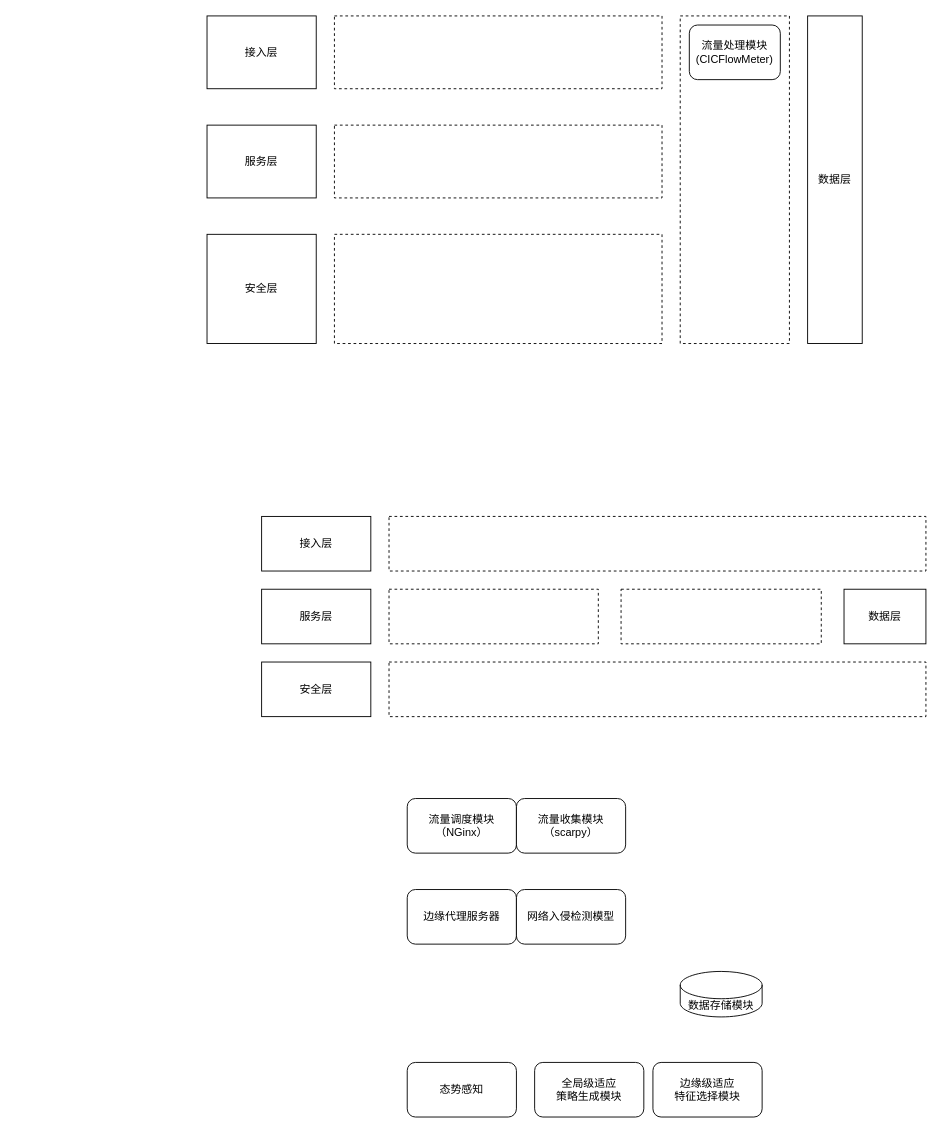
weyg0/Diagrams keeps this draw.io diagram as 毕业论文5-1.drawio. Above is the earlier version. Source tidied: cells renumbered, new cells numbered last; positions are measured from the earlier drawing's top-left corner, leaving out a move shared by most shapes. Both pictures are drawn from the tidied source at 91%, with x=0, y=0 at pixel (207, 15).
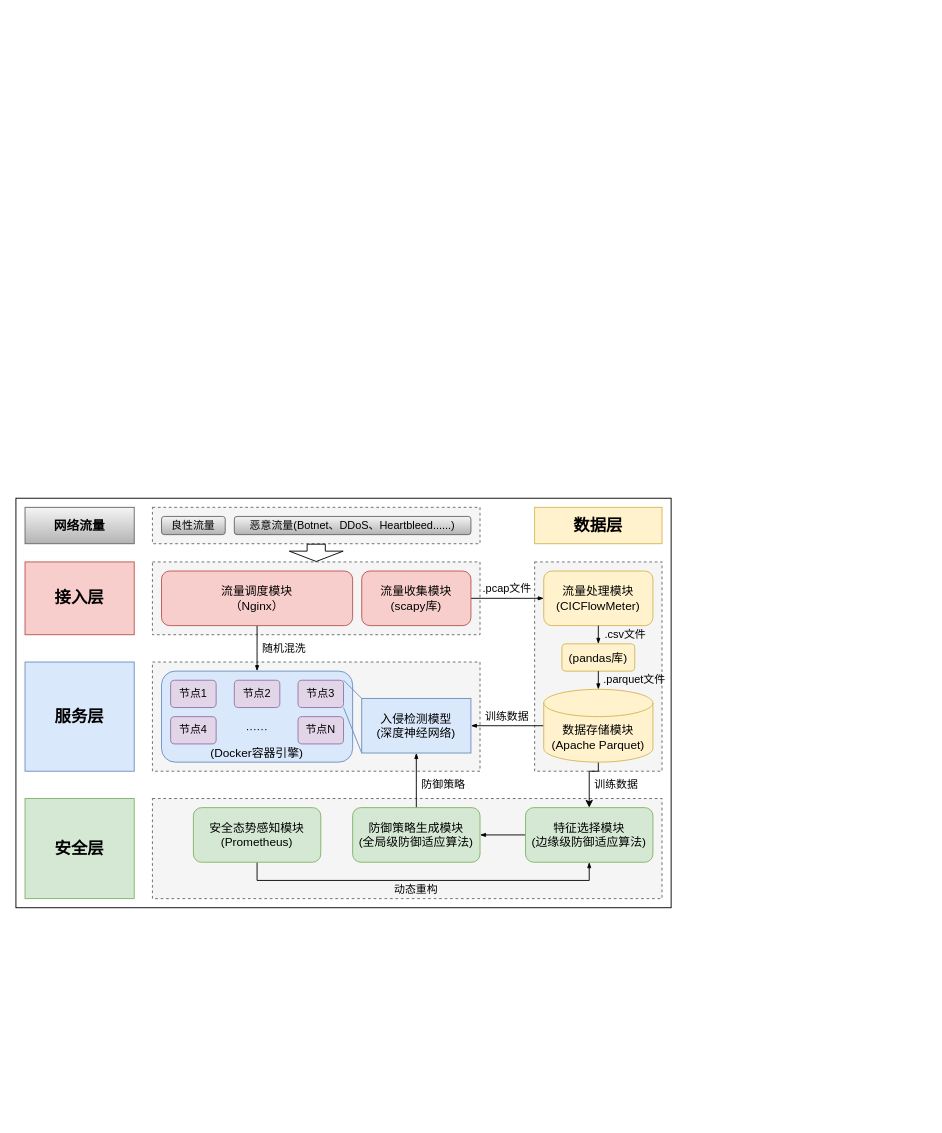
Above is the later version.

Commit message (it also covers changes not shown here):
更新毕业论文5-1.drawio

Diff of the diagram source:
```diff
@@
+    <mxCell id="27" style="rounded=0;whiteSpace=wrap;html=1;" parent="1" vertex="1">
+      <mxGeometry x="-210" y="530" width="720" height="450" as="geometry" />
+    </mxCell>
-    <mxCell id="2" style="rounded=0;whiteSpace=wrap;html=1;dashed=1;" parent="1" vertex="1">
-      <mxGeometry x="140" width="360" height="80" as="geometry" />
+    <mxCell id="2" style="rounded=0;whiteSpace=wrap;html=1;dashed=1;fillColor=#f5f5f5;strokeColor=#666666;fontColor=#333333;" parent="1" vertex="1">
+      <mxGeometry x="-60" y="600" width="360" height="80" as="geometry" />
     </mxCell>
-    <mxCell id="3" value="接入层" style="rounded=0;whiteSpace=wrap;html=1;" parent="1" vertex="1">
-      <mxGeometry width="120" height="80" as="geometry" />
+    <mxCell id="3" value="接入层" style="rounded=0;whiteSpace=wrap;html=1;fillColor=#f8cecc;strokeColor=#b85450;fontStyle=1;fontSize=18;" parent="1" vertex="1">
+      <mxGeometry x="-200" y="600" width="120" height="80" as="geometry" />
     </mxCell>
-    <mxCell id="4" style="rounded=0;whiteSpace=wrap;html=1;dashed=1;" parent="1" vertex="1">
-      <mxGeometry x="140" y="120" width="360" height="80" as="geometry" />
+    <mxCell id="4" style="rounded=0;whiteSpace=wrap;html=1;dashed=1;fillColor=#f5f5f5;strokeColor=#666666;fontColor=#333333;" parent="1" vertex="1">
+      <mxGeometry x="-60" y="710" width="360" height="120" as="geometry" />
     </mxCell>
-    <mxCell id="5" style="rounded=0;whiteSpace=wrap;html=1;dashed=1;" parent="1" vertex="1">
-      <mxGeometry x="140" y="240" width="360" height="120" as="geometry" />
+    <mxCell id="5" style="rounded=0;whiteSpace=wrap;html=1;dashed=1;fillColor=#f5f5f5;strokeColor=#666666;fontColor=#333333;" parent="1" vertex="1">
+      <mxGeometry x="-60" y="860" width="560" height="110" as="geometry" />
     </mxCell>
-    <mxCell id="6" style="rounded=0;whiteSpace=wrap;html=1;dashed=1;" parent="1" vertex="1">
-      <mxGeometry x="520" width="120" height="360" as="geometry" />
+    <mxCell id="6" style="rounded=0;whiteSpace=wrap;html=1;dashed=1;fillColor=#f5f5f5;fontColor=#333333;strokeColor=#666666;" parent="1" vertex="1">
+      <mxGeometry x="360" y="600" width="140" height="230" as="geometry" />
     </mxCell>
-    <mxCell id="7" value="服务层" style="rounded=0;whiteSpace=wrap;html=1;" parent="1" vertex="1">
-      <mxGeometry y="120" width="120" height="80" as="geometry" />
+    <mxCell id="7" value="服务层" style="rounded=0;whiteSpace=wrap;html=1;fillColor=#dae8fc;strokeColor=#6c8ebf;fontStyle=1;fontSize=18;" parent="1" vertex="1">
+      <mxGeometry x="-200" y="710" width="120" height="120" as="geometry" />
     </mxCell>
-    <mxCell id="8" value="安全层" style="rounded=0;whiteSpace=wrap;html=1;" parent="1" vertex="1">
-      <mxGeometry y="240" width="120" height="120" as="geometry" />
+    <mxCell id="8" value="安全层" style="rounded=0;whiteSpace=wrap;html=1;fillColor=#d5e8d4;strokeColor=#82b366;fontStyle=1;fontSize=18;" parent="1" vertex="1">
+      <mxGeometry x="-200" y="860" width="120" height="110" as="geometry" />
     </mxCell>
-    <mxCell id="9" value="数据层" style="rounded=0;whiteSpace=wrap;html=1;" parent="1" vertex="1">
-      <mxGeometry x="660" width="60" height="360" as="geometry" />
+    <mxCell id="9" value="数据层" style="rounded=0;whiteSpace=wrap;html=1;fillColor=#fff2cc;strokeColor=#d6b656;fontStyle=1;fontSize=18;" parent="1" vertex="1">
+      <mxGeometry x="360" y="540" width="140" height="40" as="geometry" />
     </mxCell>
+    <mxCell id="28" style="edgeStyle=orthogonalEdgeStyle;rounded=0;jettySize=auto;html=1;exitX=0;exitY=0.5;exitDx=0;exitDy=0;entryX=1;entryY=0.5;entryDx=0;entryDy=0;endSize=4;endArrow=blockThin;endFill=1;" parent="1" edge="1" source="10" target="11">
+      <mxGeometry relative="1" as="geometry" />
+    </mxCell>
-    <mxCell id="10" value="边缘级适应&lt;div&gt;特征选择模块&lt;/div&gt;" style="rounded=1;whiteSpace=wrap;html=1;" parent="1" vertex="1">
-      <mxGeometry x="490" y="1150" width="120" height="60" as="geometry" />
+    <mxCell id="10" value="&lt;div&gt;特征选择模块&lt;/div&gt;&lt;div&gt;(边缘级防御适应算法)&lt;/div&gt;" style="rounded=1;whiteSpace=wrap;html=1;fillColor=#d5e8d4;strokeColor=#82b366;fontSize=13;" parent="1" vertex="1">
+      <mxGeometry x="350" y="870" width="140" height="60" as="geometry" />
     </mxCell>
+    <mxCell id="29" style="edgeStyle=orthogonalEdgeStyle;rounded=0;jettySize=auto;html=1;exitX=0.5;exitY=0;exitDx=0;exitDy=0;entryX=0.5;entryY=1;entryDx=0;entryDy=0;endSize=4;endArrow=blockThin;endFill=1;" parent="1" edge="1" source="11" target="13">
+      <mxGeometry relative="1" as="geometry" />
+    </mxCell>
-    <mxCell id="11" value="全局级适应&lt;div&gt;策略生成模块&lt;/div&gt;" style="rounded=1;whiteSpace=wrap;html=1;" parent="1" vertex="1">
-      <mxGeometry x="360" y="1150" width="120" height="60" as="geometry" />
+    <mxCell id="11" value="&lt;div&gt;防御策略生成模块&lt;/div&gt;&lt;div&gt;(全局级防御适应算法)&lt;/div&gt;" style="rounded=1;whiteSpace=wrap;html=1;fillColor=#d5e8d4;strokeColor=#82b366;fontSize=13;" parent="1" vertex="1">
+      <mxGeometry x="160" y="870" width="140" height="60" as="geometry" />
     </mxCell>
-    <mxCell id="12" value="边缘代理服务器" style="rounded=1;whiteSpace=wrap;html=1;" parent="1" vertex="1">
-      <mxGeometry x="220" y="960" width="120" height="60" as="geometry" />
-    </mxCell>
-    <mxCell id="13" value="网络入侵检测模型" style="rounded=1;whiteSpace=wrap;html=1;" parent="1" vertex="1">
-      <mxGeometry x="340" y="960" width="120" height="60" as="geometry" />
+    <mxCell id="13" value="入侵检测模型&lt;div&gt;(深度神经网络)&lt;/div&gt;" style="rounded=0;whiteSpace=wrap;html=1;fillColor=#dae8fc;strokeColor=#6c8ebf;fontSize=13;" parent="1" vertex="1">
+      <mxGeometry x="170" y="750" width="120" height="60" as="geometry" />
     </mxCell>
+    <mxCell id="30" style="edgeStyle=orthogonalEdgeStyle;rounded=0;jettySize=auto;html=1;exitX=0.5;exitY=1;exitDx=0;exitDy=0;entryX=0.5;entryY=0;entryDx=0;entryDy=0;endSize=4;endArrow=blockThin;endFill=1;" parent="1" edge="1" source="14" target="36">
+      <mxGeometry relative="1" as="geometry" />
+    </mxCell>
-    <mxCell id="14" value="流量调度模块&lt;div&gt;（NGinx）&lt;/div&gt;" style="rounded=1;whiteSpace=wrap;html=1;" parent="1" vertex="1">
-      <mxGeometry x="220" y="860" width="120" height="60" as="geometry" />
+    <mxCell id="14" value="流量调度模块&lt;div&gt;（Nginx）&lt;/div&gt;" style="rounded=1;whiteSpace=wrap;html=1;fillColor=#f8cecc;strokeColor=#b85450;fontSize=13;" parent="1" vertex="1">
+      <mxGeometry x="-50" y="610" width="210" height="60" as="geometry" />
     </mxCell>
+    <mxCell id="31" style="edgeStyle=orthogonalEdgeStyle;rounded=0;jettySize=auto;html=1;exitX=1;exitY=0.5;exitDx=0;exitDy=0;entryX=0;entryY=0.5;entryDx=0;entryDy=0;endSize=4;endArrow=blockThin;endFill=1;" parent="1" edge="1" source="15" target="16">
+      <mxGeometry relative="1" as="geometry" />
+    </mxCell>
-    <mxCell id="15" value="流量收集模块&lt;div&gt;（scarpy）&lt;/div&gt;" style="rounded=1;whiteSpace=wrap;html=1;" parent="1" vertex="1">
-      <mxGeometry x="340" y="860" width="120" height="60" as="geometry" />
+    <mxCell id="15" value="流量收集模块&lt;div&gt;(scapy库)&lt;/div&gt;" style="rounded=1;whiteSpace=wrap;html=1;fillColor=#f8cecc;strokeColor=#b85450;fontSize=13;" parent="1" vertex="1">
+      <mxGeometry x="170" y="610" width="120" height="60" as="geometry" />
     </mxCell>
-    <mxCell id="16" value="流量处理模块&lt;br&gt;(CICFlowMeter)" style="rounded=1;whiteSpace=wrap;html=1;" parent="1" vertex="1">
-      <mxGeometry x="530" y="10" width="100" height="60" as="geometry" />
+    <mxCell id="16" value="流量处理模块&lt;br&gt;(CICFlowMeter)" style="rounded=1;whiteSpace=wrap;html=1;fillColor=#fff2cc;strokeColor=#d6b656;fontSize=13;" parent="1" vertex="1">
+      <mxGeometry x="370" y="610" width="120" height="60" as="geometry" />
     </mxCell>
+    <mxCell id="32" style="rounded=0;jettySize=auto;html=1;exitX=0.5;exitY=1;exitDx=0;exitDy=0;entryX=0.5;entryY=1;entryDx=0;entryDy=0;endSize=4;endArrow=blockThin;endFill=1;edgeStyle=orthogonalEdgeStyle;" parent="1" edge="1" source="17" target="10">
+      <mxGeometry relative="1" as="geometry" />
+    </mxCell>
-    <mxCell id="17" value="态势感知" style="rounded=1;whiteSpace=wrap;html=1;" parent="1" vertex="1">
-      <mxGeometry x="220" y="1150" width="120" height="60" as="geometry" />
+    <mxCell id="17" value="安全态势感知模块&lt;div&gt;(Prometheus)&lt;/div&gt;" style="rounded=1;whiteSpace=wrap;html=1;fillColor=#d5e8d4;strokeColor=#82b366;fontSize=13;" parent="1" vertex="1">
+      <mxGeometry x="-15" y="870" width="140" height="60" as="geometry" />
     </mxCell>
+    <mxCell id="33" style="edgeStyle=orthogonalEdgeStyle;rounded=0;jettySize=auto;html=1;exitX=0;exitY=0.5;exitDx=0;exitDy=0;exitPerimeter=0;entryX=1;entryY=0.5;entryDx=0;entryDy=0;endSize=4;endArrow=blockThin;endFill=1;" parent="1" edge="1" source="18" target="13">
+      <mxGeometry relative="1" as="geometry" />
+    </mxCell>
+    <mxCell id="34" style="edgeStyle=orthogonalEdgeStyle;rounded=0;jettySize=auto;html=1;exitX=0.5;exitY=1;exitDx=0;exitDy=0;exitPerimeter=0;entryX=0.5;entryY=0;entryDx=0;entryDy=0;" parent="1" edge="1" source="18" target="10">
+      <mxGeometry relative="1" as="geometry">
+        <Array as="points">
+          <mxPoint x="430" y="830" />
+          <mxPoint x="420" y="830" />
+        </Array>
+      </mxGeometry>
+    </mxCell>
-    <mxCell id="18" value="数据存储模块" style="shape=cylinder3;whiteSpace=wrap;html=1;boundedLbl=1;backgroundOutline=1;size=15;" parent="1" vertex="1">
-      <mxGeometry x="520" y="1050" width="90" height="50" as="geometry" />
+    <mxCell id="18" value="数据存储模块&lt;div&gt;(Apache Parquet)&lt;/div&gt;" style="shape=cylinder3;whiteSpace=wrap;html=1;boundedLbl=1;backgroundOutline=1;size=15;fillColor=#fff2cc;strokeColor=#d6b656;fontSize=13;" parent="1" vertex="1">
+      <mxGeometry x="370" y="740" width="120" height="80" as="geometry" />
     </mxCell>
-    <mxCell id="19" style="rounded=0;whiteSpace=wrap;html=1;dashed=1;" parent="1" vertex="1">
-      <mxGeometry x="200" y="550" width="590" height="60" as="geometry" />
-    </mxCell>
-    <mxCell id="20" value="接入层" style="rounded=0;whiteSpace=wrap;html=1;" parent="1" vertex="1">
-      <mxGeometry x="60" y="550" width="120" height="60" as="geometry" />
-    </mxCell>
-    <mxCell id="21" style="rounded=0;whiteSpace=wrap;html=1;dashed=1;" parent="1" vertex="1">
-      <mxGeometry x="200" y="630" width="230" height="60" as="geometry" />
-    </mxCell>
-    <mxCell id="22" style="rounded=0;whiteSpace=wrap;html=1;dashed=1;" parent="1" vertex="1">
-      <mxGeometry x="200" y="710" width="590" height="60" as="geometry" />
-    </mxCell>
-    <mxCell id="23" style="rounded=0;whiteSpace=wrap;html=1;dashed=1;" parent="1" vertex="1">
-      <mxGeometry x="455" y="630" width="220" height="60" as="geometry" />
-    </mxCell>
-    <mxCell id="24" value="服务层" style="rounded=0;whiteSpace=wrap;html=1;" parent="1" vertex="1">
-      <mxGeometry x="60" y="630" width="120" height="60" as="geometry" />
-    </mxCell>
-    <mxCell id="25" value="安全层" style="rounded=0;whiteSpace=wrap;html=1;" parent="1" vertex="1">
-      <mxGeometry x="60" y="710" width="120" height="60" as="geometry" />
-    </mxCell>
-    <mxCell id="26" value="数据层" style="rounded=0;whiteSpace=wrap;html=1;" parent="1" vertex="1">
-      <mxGeometry x="700" y="630" width="90" height="60" as="geometry" />
-    </mxCell>
+    <mxCell id="35" value="网络流量" style="rounded=0;whiteSpace=wrap;html=1;fontSize=14;fontStyle=1;fillColor=#f5f5f5;strokeColor=#666666;gradientColor=#b3b3b3;" parent="1" vertex="1">
+      <mxGeometry x="-200" y="540" width="120" height="40" as="geometry" />
+    </mxCell>
+    <mxCell id="36" style="rounded=1;whiteSpace=wrap;html=1;fillColor=#dae8fc;strokeColor=#6c8ebf;" parent="1" vertex="1">
+      <mxGeometry x="-50" y="720" width="210" height="100" as="geometry" />
+    </mxCell>
+    <mxCell id="37" value="节点1" style="rounded=1;whiteSpace=wrap;html=1;fillColor=#e1d5e7;strokeColor=#9673a6;" parent="1" vertex="1">
+      <mxGeometry x="-40" y="730" width="50" height="30" as="geometry" />
+    </mxCell>
+    <mxCell id="38" value="节点2" style="rounded=1;whiteSpace=wrap;html=1;fillColor=#e1d5e7;strokeColor=#9673a6;" parent="1" vertex="1">
+      <mxGeometry x="30" y="730" width="50" height="30" as="geometry" />
+    </mxCell>
+    <mxCell id="39" style="rounded=0;jettySize=auto;html=1;exitX=1;exitY=1;exitDx=0;exitDy=0;entryX=0;entryY=1;entryDx=0;entryDy=0;strokeColor=#6c8ebf;endArrow=none;startFill=0;fillColor=#dae8fc;" parent="1" edge="1" source="41" target="13">
+      <mxGeometry relative="1" as="geometry" />
+    </mxCell>
+    <mxCell id="40" style="rounded=0;jettySize=auto;html=1;exitX=1;exitY=0;exitDx=0;exitDy=0;entryX=0;entryY=0;entryDx=0;entryDy=0;strokeColor=#6c8ebf;endArrow=none;startFill=0;fillColor=#dae8fc;" parent="1" edge="1" source="41" target="13">
+      <mxGeometry relative="1" as="geometry" />
+    </mxCell>
+    <mxCell id="41" value="节点3" style="rounded=1;whiteSpace=wrap;html=1;fillColor=#e1d5e7;strokeColor=#9673a6;" parent="1" vertex="1">
+      <mxGeometry x="100" y="730" width="50" height="30" as="geometry" />
+    </mxCell>
+    <mxCell id="42" value="节点4" style="rounded=1;whiteSpace=wrap;html=1;fillColor=#e1d5e7;strokeColor=#9673a6;" parent="1" vertex="1">
+      <mxGeometry x="-40" y="770" width="50" height="30" as="geometry" />
+    </mxCell>
+    <mxCell id="43" value="节点N" style="rounded=1;whiteSpace=wrap;html=1;fillColor=#e1d5e7;strokeColor=#9673a6;" parent="1" vertex="1">
+      <mxGeometry x="100" y="770" width="50" height="30" as="geometry" />
+    </mxCell>
+    <mxCell id="44" value="······" style="text;html=1;align=center;verticalAlign=middle;whiteSpace=wrap;rounded=0;" parent="1" vertex="1">
+      <mxGeometry x="30" y="770" width="50" height="30" as="geometry" />
+    </mxCell>
+    <mxCell id="45" value="(Docker容器引擎)" style="text;html=1;align=center;verticalAlign=middle;whiteSpace=wrap;rounded=0;fontSize=13;" parent="1" vertex="1">
+      <mxGeometry x="-50" y="800" width="210" height="20" as="geometry" />
+    </mxCell>
+    <mxCell id="46" value="随机混洗" style="text;html=1;align=center;verticalAlign=middle;whiteSpace=wrap;rounded=0;" parent="1" vertex="1">
+      <mxGeometry x="55" y="680" width="60" height="30" as="geometry" />
+    </mxCell>
+    <mxCell id="47" value=".pcap文件" style="text;html=1;align=center;verticalAlign=middle;whiteSpace=wrap;rounded=0;" parent="1" vertex="1">
+      <mxGeometry x="300" y="620" width="60" height="20" as="geometry" />
+    </mxCell>
+    <mxCell id="48" value="防御策略" style="text;html=1;align=center;verticalAlign=middle;whiteSpace=wrap;rounded=0;" parent="1" vertex="1">
+      <mxGeometry x="230" y="830" width="60" height="30" as="geometry" />
+    </mxCell>
+    <mxCell id="49" value="动态重构" style="text;html=1;align=center;verticalAlign=middle;whiteSpace=wrap;rounded=0;" parent="1" vertex="1">
+      <mxGeometry x="200" y="950" width="60" height="20" as="geometry" />
+    </mxCell>
+    <mxCell id="50" value="训练数据" style="text;html=1;align=center;verticalAlign=middle;whiteSpace=wrap;rounded=0;" parent="1" vertex="1">
+      <mxGeometry x="420" y="830" width="60" height="30" as="geometry" />
+    </mxCell>
+    <mxCell id="51" value="训练数据" style="text;html=1;align=center;verticalAlign=middle;whiteSpace=wrap;rounded=0;" parent="1" vertex="1">
+      <mxGeometry x="300" y="760" width="60" height="20" as="geometry" />
+    </mxCell>
+    <mxCell id="52" style="rounded=0;whiteSpace=wrap;html=1;dashed=1;fillColor=#f5f5f5;strokeColor=#666666;fontColor=#333333;" parent="1" vertex="1">
+      <mxGeometry x="-60" y="540" width="360" height="40" as="geometry" />
+    </mxCell>
+    <mxCell id="53" value="良性流量" style="rounded=1;whiteSpace=wrap;html=1;fontSize=12;fillColor=#f5f5f5;gradientColor=#b3b3b3;strokeColor=#666666;" parent="1" vertex="1">
+      <mxGeometry x="-50" y="550" width="70" height="20" as="geometry" />
+    </mxCell>
+    <mxCell id="54" value="恶意流量(Botnet、DDoS、Heartbleed......)" style="rounded=1;whiteSpace=wrap;html=1;fontSize=12;fillColor=#f5f5f5;gradientColor=#b3b3b3;strokeColor=#666666;" parent="1" vertex="1">
+      <mxGeometry x="30" y="550" width="260" height="20" as="geometry" />
+    </mxCell>
+    <mxCell id="55" style="shape=flexArrow;endArrow=classic;html=1;rounded=0;entryX=0.5;entryY=0;entryDx=0;entryDy=0;exitX=0.5;exitY=1;exitDx=0;exitDy=0;width=20;endSize=3.4494382022471908;fontSize=12;endWidth=38.20224719101123;" parent="1" edge="1" source="52" target="2">
+      <mxGeometry relative="1" as="geometry" />
+    </mxCell>
+    <mxCell id="56" value=".csv文件" style="text;html=1;align=center;verticalAlign=middle;whiteSpace=wrap;rounded=0;" parent="1" vertex="1">
+      <mxGeometry x="430" y="670" width="60" height="20" as="geometry" />
+    </mxCell>
+    <mxCell id="57" value="(pandas库)" style="rounded=1;whiteSpace=wrap;html=1;fillColor=#fff2cc;strokeColor=#d6b656;fontSize=13;" parent="1" vertex="1">
+      <mxGeometry x="390" y="690" width="80" height="30" as="geometry" />
+    </mxCell>
+    <mxCell id="58" style="rounded=0;jettySize=auto;html=1;exitX=0.5;exitY=1;exitDx=0;exitDy=0;entryX=0.5;entryY=0;entryDx=0;entryDy=0;endSize=4;endArrow=blockThin;endFill=1;" parent="1" edge="1" source="16" target="57">
+      <mxGeometry relative="1" as="geometry" />
+    </mxCell>
+    <mxCell id="59" style="rounded=0;jettySize=auto;html=1;exitX=0.5;exitY=1;exitDx=0;exitDy=0;entryX=0.5;entryY=0;entryDx=0;entryDy=0;entryPerimeter=0;endSize=4;endArrow=blockThin;endFill=1;" parent="1" edge="1" source="57" target="18">
+      <mxGeometry relative="1" as="geometry" />
+    </mxCell>
+    <mxCell id="60" value=".parquet文件" style="text;html=1;align=center;verticalAlign=middle;whiteSpace=wrap;rounded=0;" parent="1" vertex="1">
+      <mxGeometry x="430" y="720" width="80" height="20" as="geometry" />
+    </mxCell>
```
